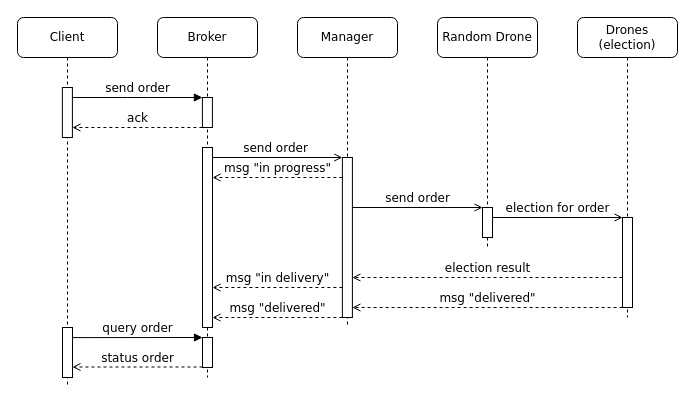
The draw.io diagram Report/images/New-order.drawio in Gianluca755/Drones, before the edit. Source tidied: cells renumbered, new cells numbered last; positions are measured from the earlier drawing's top-left corner, leaving out a move shared by most shapes. Both pictures are drawn from the tidied source at 100%, with x=0, y=0 at pixel (17, 17).
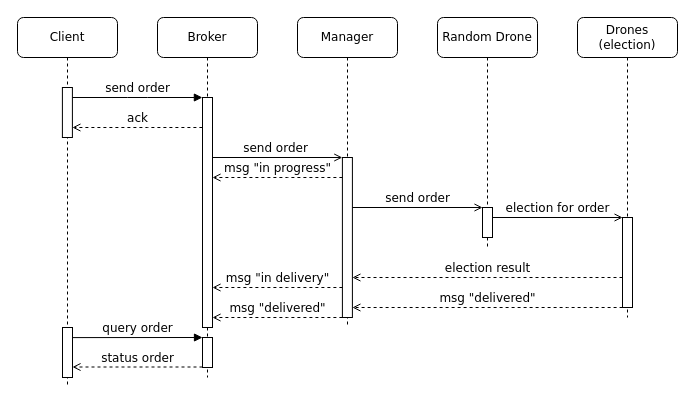
The same page after the edit.

Unchanged cells that the change refers to:
```xml
<mxCell id="2" value="Broker" style="shape=umlLifeline;perimeter=lifelinePerimeter;whiteSpace=wrap;html=1;outlineConnect=0;rounded=1;shadow=0;comic=0;labelBackgroundColor=none;strokeWidth=1;fontFamily=Verdana;fontSize=12;align=center;" parent="1" vertex="1">
  <mxGeometry x="140" width="100" height="360" as="geometry" />
</mxCell>
<mxCell id="8" style="html=1;points=[];perimeter=orthogonalPerimeter;rounded=0;shadow=0;comic=0;labelBackgroundColor=none;strokeWidth=1;fontFamily=Verdana;fontSize=12;align=center;" parent="7" vertex="1">
  <mxGeometry x="44.9" y="70" width="10" height="50" as="geometry" />
</mxCell>
```

What changed in the source:
```diff
@@
-    <mxCell id="3" style="html=1;points=[];perimeter=orthogonalPerimeter;rounded=0;shadow=0;comic=0;labelBackgroundColor=none;strokeWidth=1;fontFamily=Verdana;fontSize=12;align=center;" parent="2" vertex="1">
-      <mxGeometry x="44.9" y="80" width="10" height="30" as="geometry" />
-    </mxCell>
@@
-    <mxCell id="9" value="send order" style="html=1;verticalAlign=bottom;endArrow=block;entryX=0;entryY=0;labelBackgroundColor=none;fontFamily=Verdana;fontSize=12;edgeStyle=elbowEdgeStyle;elbow=vertical;" parent="1" edge="1" source="8" target="3">
-      <mxGeometry relative="1" as="geometry" />
+    <mxCell id="9" value="send order" style="html=1;verticalAlign=bottom;endArrow=block;entryX=0;entryY=0;labelBackgroundColor=none;fontFamily=Verdana;fontSize=12;edgeStyle=elbowEdgeStyle;elbow=vertical;" parent="1" edge="1" source="8">
+      <mxGeometry relative="1" as="geometry">
+        <mxPoint x="184.9" y="80" as="targetPoint" />
+      </mxGeometry>
     </mxCell>
-    <mxCell id="10" value="ack" style="html=1;verticalAlign=bottom;endArrow=open;labelBackgroundColor=none;fontFamily=Verdana;fontSize=12;edgeStyle=elbowEdgeStyle;elbow=vertical;dashed=1;endFill=0;" parent="1" edge="1" source="3" target="8">
+    <mxCell id="10" value="ack" style="html=1;verticalAlign=bottom;endArrow=open;labelBackgroundColor=none;fontFamily=Verdana;fontSize=12;edgeStyle=elbowEdgeStyle;elbow=vertical;dashed=1;endFill=0;" parent="1" edge="1" target="8">
       <mxGeometry relative="1" as="geometry">
+        <mxPoint x="184.9" y="110" as="sourcePoint" />
         <Array as="points">
           <mxPoint x="139.9" y="110" />
           <mxPoint x="149.9" y="100" />
         </Array>
       </mxGeometry>
     </mxCell>
@@
     <mxCell id="17" style="html=1;points=[];perimeter=orthogonalPerimeter;rounded=0;shadow=0;comic=0;labelBackgroundColor=none;strokeWidth=1;fontFamily=Verdana;fontSize=12;align=center;" parent="1" vertex="1">
-      <mxGeometry x="185" y="130" width="10" height="180" as="geometry" />
+      <mxGeometry x="185" y="80" width="10" height="230" as="geometry" />
     </mxCell>
```
